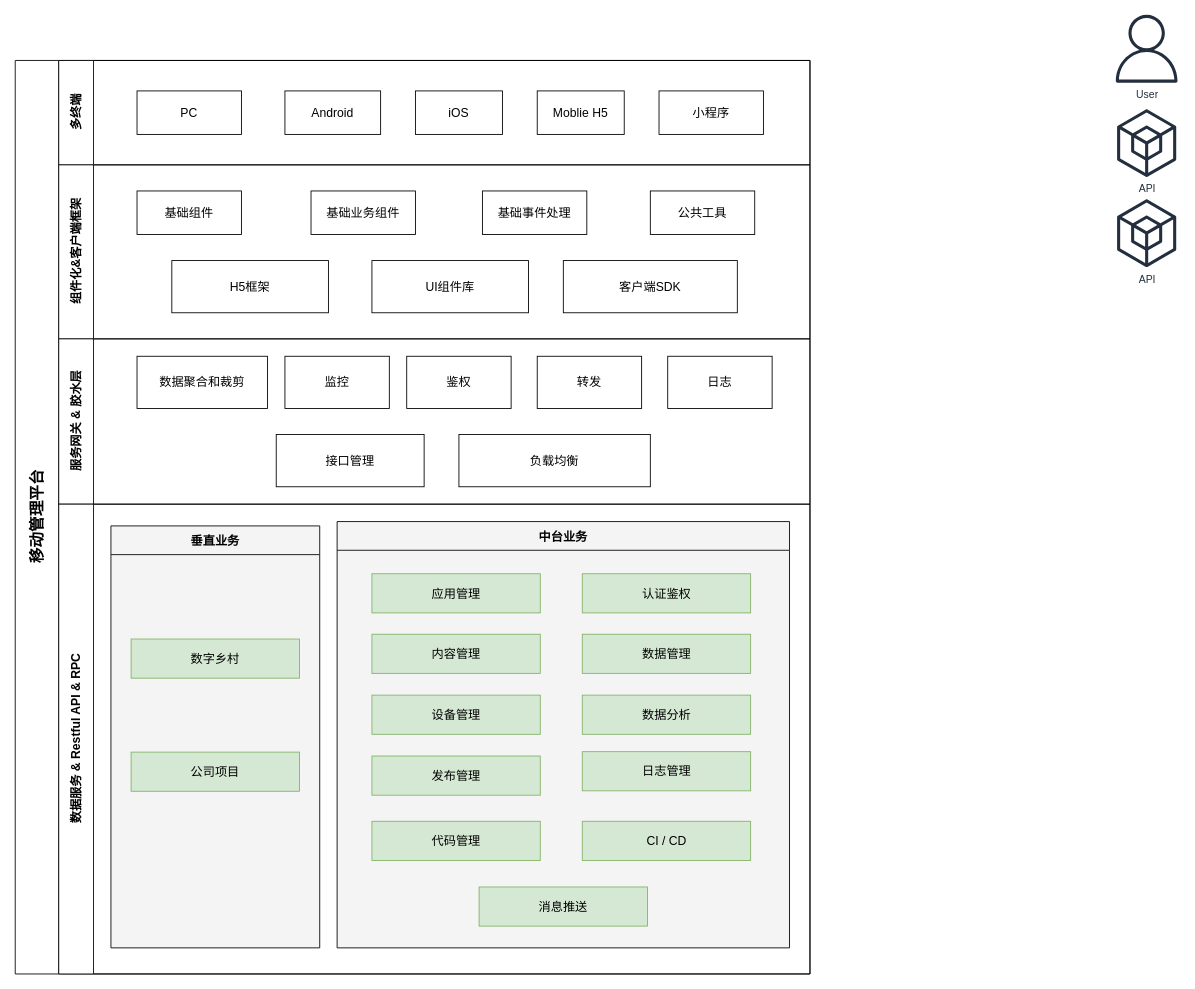
Earlier version of the draw.io diagram 逻辑架构.drawio (thoughtbit/diagram). Source tidied: cells renumbered, new cells numbered last; positions are measured from the earlier drawing's top-left corner, leaving out a move shared by most shapes. Both pictures are drawn from the tidied source at 87%, with x=0, y=0 at pixel (15, 15).
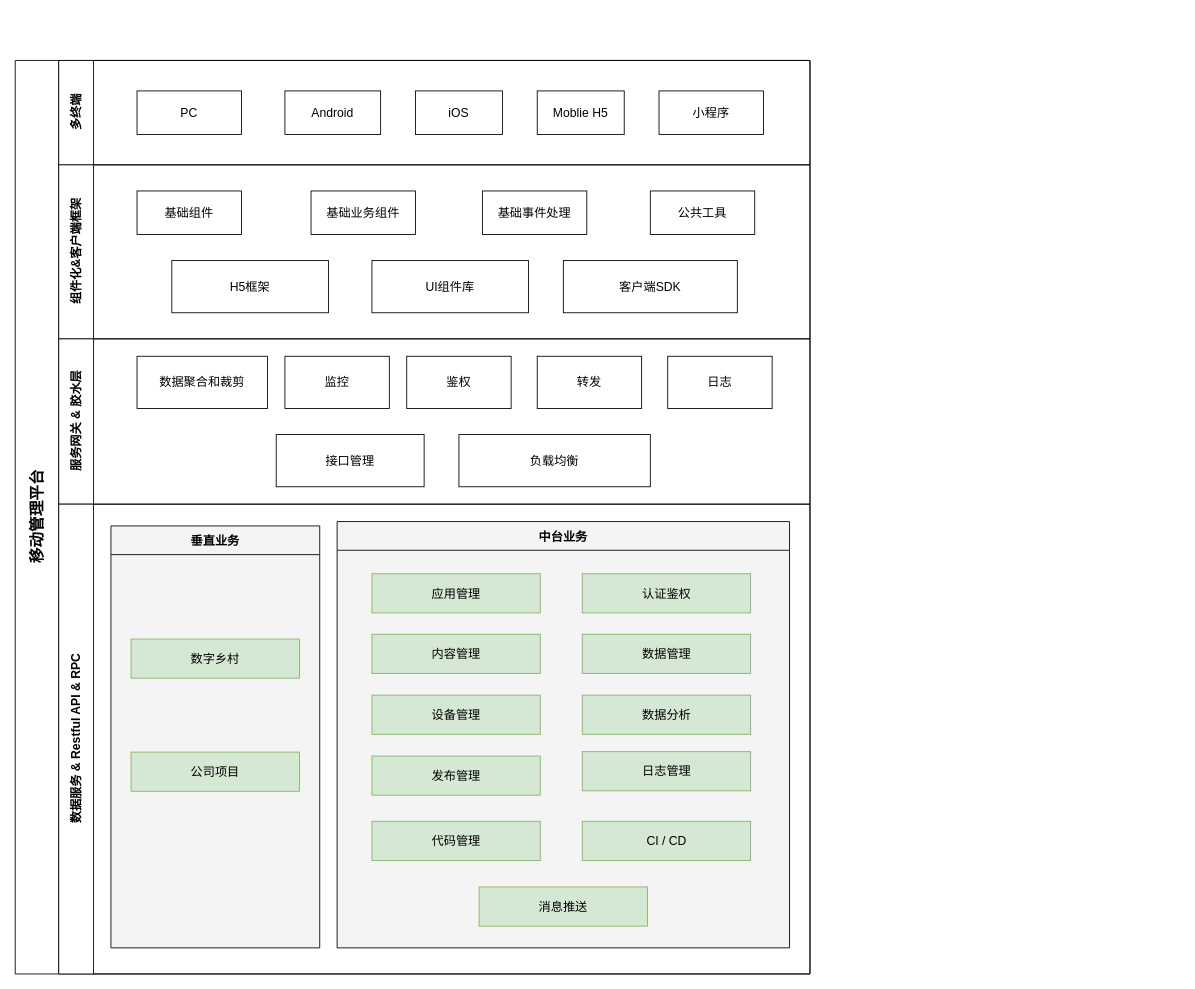
Above is the later version.

Commit message (it also covers changes not shown here):
更新逻辑架构.drawio

Diff of the diagram source:
```diff
@@
-    <mxCell id="2" value="User" style="fontColor=#232F3E;gradientColor=none;fillColor=#232F3E;strokeColor=none;dashed=0;verticalLabelPosition=bottom;verticalAlign=top;align=center;html=1;fontSize=12;fontStyle=0;shape=mxgraph.aws4.user;labelBackgroundColor=none;" parent="1" vertex="1">
-      <mxGeometry x="1261.5" y="-0.5" width="78" height="78" as="geometry" />
-    </mxCell>
-    <mxCell id="3" value="API" style="fontColor=#232F3E;gradientColor=none;fillColor=#232F3E;strokeColor=none;dashed=0;verticalLabelPosition=bottom;verticalAlign=top;align=center;html=1;fontSize=12;fontStyle=0;shape=mxgraph.aws4.external_sdk;labelBackgroundColor=none;" parent="1" vertex="1">
-      <mxGeometry x="1266.5" y="108" width="68" height="78" as="geometry" />
-    </mxCell>
-    <mxCell id="4" value="API&lt;br&gt;" style="fontColor=#232F3E;gradientColor=none;fillColor=#232F3E;strokeColor=none;dashed=0;verticalLabelPosition=bottom;verticalAlign=top;align=center;html=1;fontSize=12;fontStyle=0;shape=mxgraph.aws4.external_sdk;labelBackgroundColor=none;" parent="1" vertex="1">
-      <mxGeometry x="1266.5" y="211.5" width="68" height="78" as="geometry" />
-    </mxCell>
```
